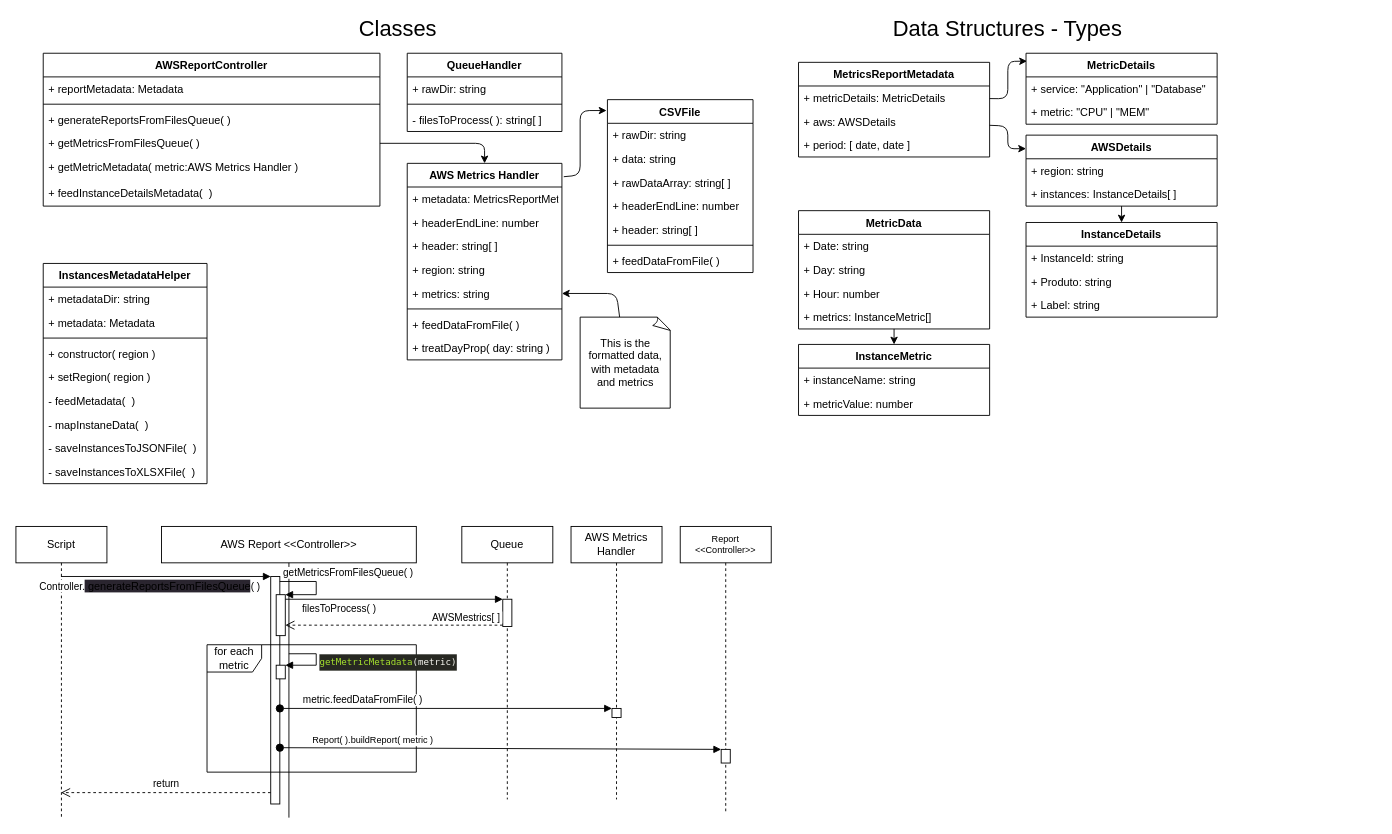
Earlier version of the draw.io diagram page "Page-1" (1 of 2) of docs/model.drawio (viniciuSquare/AWS-Capacity_report). Source tidied: cells renumbered, new cells numbered last; positions are measured from the earlier drawing's top-left corner, leaving out a move shared by most shapes. Both pictures are drawn from the tidied source at 91%, with x=0, y=0 at pixel (15, 15).
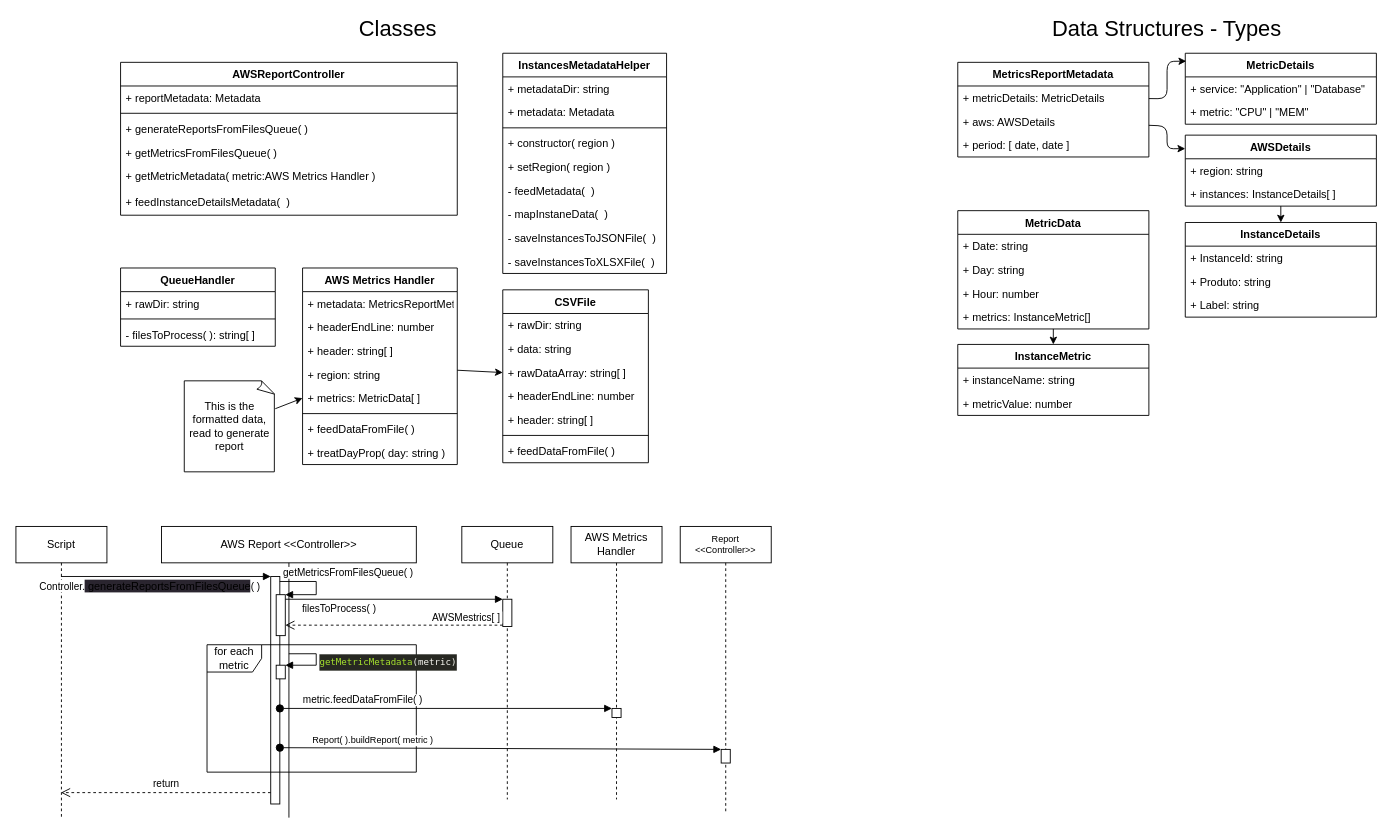
Above is the later version.

The change refers to these unchanged cells:
```xml
<mxCell id="16" value="+ getMetricsFromFilesQueue( )" style="text;strokeColor=none;fillColor=none;align=left;verticalAlign=top;spacingLeft=4;spacingRight=4;overflow=hidden;points=[[0,0.5],[1,0.5]];portConstraint=eastwest;" parent="12" vertex="1">
  <mxGeometry y="86" width="370" height="26" as="geometry" />
</mxCell>
<mxCell id="69" value="+ metricDetails: MetricDetails" style="text;strokeColor=none;fillColor=none;align=left;verticalAlign=top;spacingLeft=4;spacingRight=4;overflow=hidden;points=[[0,0.5],[1,0.5]];portConstraint=eastwest;" parent="68" vertex="1">
  <mxGeometry y="26" width="210" height="26" as="geometry" />
</mxCell>
<mxCell id="70" value="+ aws: AWSDetails" style="text;strokeColor=none;fillColor=none;align=left;verticalAlign=top;spacingLeft=4;spacingRight=4;overflow=hidden;points=[[0,0.5],[1,0.5]];portConstraint=eastwest;" parent="68" vertex="1">
  <mxGeometry y="52" width="210" height="26" as="geometry" />
</mxCell>
```

Change to the diagram source:
```diff
@@
     <mxCell id="2" value="InstancesMetadataHelper" style="swimlane;fontStyle=1;align=center;verticalAlign=top;horizontal=1;startSize=26;" parent="1" vertex="1">
-      <mxGeometry x="30" y="272" width="180" height="242" as="geometry" />
+      <mxGeometry x="535" y="41" width="180" height="242" as="geometry" />
     </mxCell>
@@
     <mxCell id="12" value="AWSReportController" style="swimlane;fontStyle=1;align=center;verticalAlign=top;horizontal=1;startSize=26;" parent="1" vertex="1">
-      <mxGeometry x="30" y="41" width="370" height="168" as="geometry" />
+      <mxGeometry x="115" y="51" width="370" height="168" as="geometry" />
     </mxCell>
@@
     <mxCell id="19" value="CSVFile" style="swimlane;fontStyle=1;align=center;verticalAlign=top;horizontal=1;startSize=26;" parent="1" vertex="1">
-      <mxGeometry x="650" y="92" width="160" height="190" as="geometry" />
+      <mxGeometry x="535" y="301" width="160" height="190" as="geometry" />
     </mxCell>
@@
     <mxCell id="27" value="QueueHandler" style="swimlane;fontStyle=1;align=center;verticalAlign=top;horizontal=1;startSize=26;" parent="1" vertex="1">
-      <mxGeometry x="430" y="41" width="170" height="86" as="geometry" />
+      <mxGeometry x="115" y="277" width="170" height="86" as="geometry" />
     </mxCell>
@@
-    <mxCell id="31" style="edgeStyle=none;html=1;exitX=1.012;exitY=0.068;exitDx=0;exitDy=0;exitPerimeter=0;entryX=-0.006;entryY=0.063;entryDx=0;entryDy=0;entryPerimeter=0;" parent="1" edge="1" source="32" target="19">
-      <mxGeometry relative="1" as="geometry">
-        <Array as="points">
-          <mxPoint x="620" y="175" />
-          <mxPoint x="620" y="104" />
-        </Array>
-      </mxGeometry>
+    <mxCell id="31" style="edgeStyle=none;html=1;" parent="1" edge="1" source="32" target="19">
+      <mxGeometry relative="1" as="geometry" />
     </mxCell>
     <mxCell id="32" value="AWS Metrics Handler" style="swimlane;fontStyle=1;align=center;verticalAlign=top;horizontal=1;startSize=26;" parent="1" vertex="1">
-      <mxGeometry x="430" y="162" width="170" height="216" as="geometry" />
+      <mxGeometry x="315" y="277" width="170" height="216" as="geometry" />
     </mxCell>
@@
-    <mxCell id="37" value="+ metrics: string" style="text;strokeColor=none;fillColor=none;align=left;verticalAlign=top;spacingLeft=4;spacingRight=4;overflow=hidden;points=[[0,0.5],[1,0.5]];portConstraint=eastwest;" parent="32" vertex="1">
+    <mxCell id="37" value="+ metrics: MetricData[ ]" style="text;strokeColor=none;fillColor=none;align=left;verticalAlign=top;spacingLeft=4;spacingRight=4;overflow=hidden;points=[[0,0.5],[1,0.5]];portConstraint=eastwest;" parent="32" vertex="1">
       <mxGeometry y="130" width="170" height="26" as="geometry" />
     </mxCell>
@@
-    <mxCell id="41" style="edgeStyle=none;html=1;fontSize=10;entryX=1;entryY=0.5;entryDx=0;entryDy=0;" parent="1" edge="1" source="42" target="37">
-      <mxGeometry relative="1" as="geometry">
-        <Array as="points">
-          <mxPoint x="660" y="305" />
-        </Array>
-      </mxGeometry>
+    <mxCell id="41" style="edgeStyle=none;html=1;entryX=0;entryY=0.5;entryDx=0;entryDy=0;" parent="1" edge="1" source="42" target="37">
+      <mxGeometry relative="1" as="geometry" />
     </mxCell>
-    <mxCell id="42" value="This is the formatted data, with metadata and metrics" style="whiteSpace=wrap;html=1;shape=mxgraph.basic.document;" parent="1" vertex="1">
-      <mxGeometry x="620" y="331" width="100" height="100" as="geometry" />
+    <mxCell id="42" value="This is the formatted data, read to generate report" style="whiteSpace=wrap;html=1;shape=mxgraph.basic.document;" parent="1" vertex="1">
+      <mxGeometry x="185" y="401" width="100" height="100" as="geometry" />
     </mxCell>
     <mxCell id="43" value="AWSDetails" style="swimlane;fontStyle=1;align=center;verticalAlign=top;horizontal=1;startSize=26;" parent="1" vertex="1">
-      <mxGeometry x="1110" y="131" width="210" height="78" as="geometry" />
+      <mxGeometry x="1285" y="131" width="210" height="78" as="geometry" />
     </mxCell>
@@
-    <mxCell id="67" style="edgeStyle=none;html=1;entryX=0.5;entryY=0;entryDx=0;entryDy=0;fontSize=10;exitX=1;exitY=0.5;exitDx=0;exitDy=0;" parent="1" edge="1" source="16" target="32">
-      <mxGeometry relative="1" as="geometry">
-        <Array as="points">
-          <mxPoint x="515" y="140" />
-        </Array>
-      </mxGeometry>
-    </mxCell>
     <mxCell id="68" value="MetricsReportMetadata" style="swimlane;fontStyle=1;align=center;verticalAlign=top;horizontal=1;startSize=26;" parent="1" vertex="1">
-      <mxGeometry x="860" y="51" width="210" height="104" as="geometry" />
+      <mxGeometry x="1035" y="51" width="210" height="104" as="geometry" />
     </mxCell>
@@
     <mxCell id="72" value="&lt;font style=&quot;font-size: 24px;&quot;&gt;Data Structures - Types&lt;/font&gt;" style="text;html=1;strokeColor=none;fillColor=none;align=center;verticalAlign=middle;whiteSpace=wrap;rounded=0;fontSize=10;" parent="1" vertex="1">
-      <mxGeometry x="870" width="440" height="30" as="geometry" />
+      <mxGeometry x="1045" width="440" height="30" as="geometry" />
     </mxCell>
@@
     <mxCell id="74" value="InstanceDetails" style="swimlane;fontStyle=1;align=center;verticalAlign=top;horizontal=1;startSize=26;" parent="1" vertex="1">
-      <mxGeometry x="1110" y="227" width="210" height="104" as="geometry" />
+      <mxGeometry x="1285" y="227" width="210" height="104" as="geometry" />
     </mxCell>
@@
     <mxCell id="79" value="MetricDetails" style="swimlane;fontStyle=1;align=center;verticalAlign=top;horizontal=1;startSize=26;" parent="1" vertex="1">
-      <mxGeometry x="1110" y="41" width="210" height="78" as="geometry" />
+      <mxGeometry x="1285" y="41" width="210" height="78" as="geometry" />
     </mxCell>
@@
     <mxCell id="82" style="edgeStyle=none;html=1;entryX=0;entryY=0.19;entryDx=0;entryDy=0;entryPerimeter=0;fontSize=24;" parent="1" edge="1" source="70" target="43">
       <mxGeometry relative="1" as="geometry">
         <Array as="points">
-          <mxPoint x="1090" y="121" />
-          <mxPoint x="1090" y="146" />
+          <mxPoint x="1265" y="121" />
+          <mxPoint x="1265" y="146" />
         </Array>
       </mxGeometry>
     </mxCell>
     <mxCell id="83" style="edgeStyle=none;html=1;entryX=0.005;entryY=0.111;entryDx=0;entryDy=0;entryPerimeter=0;fontSize=24;" parent="1" edge="1" source="69" target="79">
       <mxGeometry relative="1" as="geometry">
         <Array as="points">
-          <mxPoint x="1090" y="91" />
-          <mxPoint x="1090" y="50" />
+          <mxPoint x="1265" y="91" />
+          <mxPoint x="1265" y="50" />
         </Array>
       </mxGeometry>
     </mxCell>
     <mxCell id="84" value="MetricData" style="swimlane;fontStyle=1;align=center;verticalAlign=top;horizontal=1;startSize=26;" parent="1" vertex="1">
-      <mxGeometry x="860" y="214" width="210" height="130" as="geometry" />
+      <mxGeometry x="1035" y="214" width="210" height="130" as="geometry" />
     </mxCell>
@@
     <mxCell id="89" value="InstanceMetric" style="swimlane;fontStyle=1;align=center;verticalAlign=top;horizontal=1;startSize=26;" parent="1" vertex="1">
-      <mxGeometry x="860" y="361" width="210" height="78" as="geometry" />
+      <mxGeometry x="1035" y="361" width="210" height="78" as="geometry" />
     </mxCell>
```
